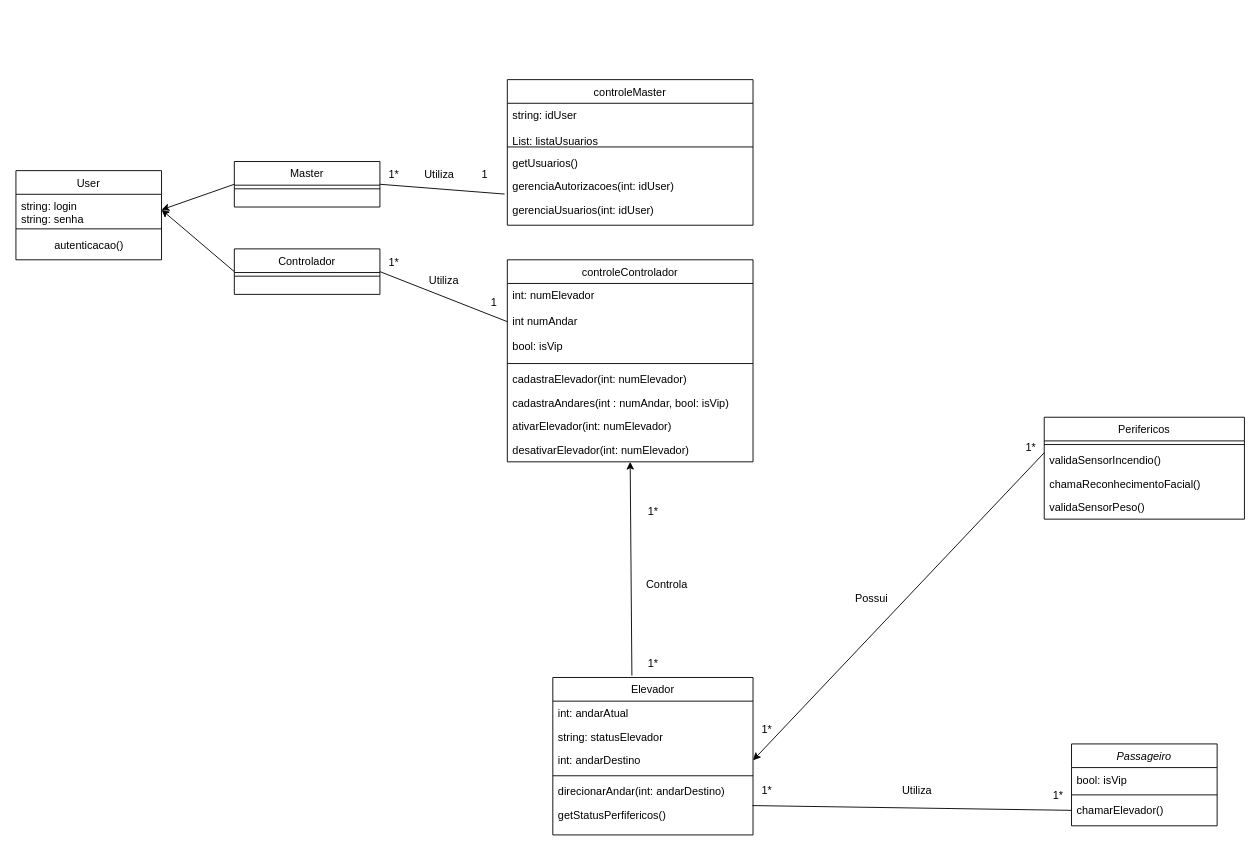
The draw.io diagram diagrama-de-classes.drawio in EnzoPellegrini/ElevadorProject, before the edit. Source tidied: cells renumbered, new cells numbered last; positions are measured from the earlier drawing's top-left corner, leaving out a move shared by most shapes. Both pictures are drawn from the tidied source at 91%, with x=0, y=0 at pixel (15, 79).
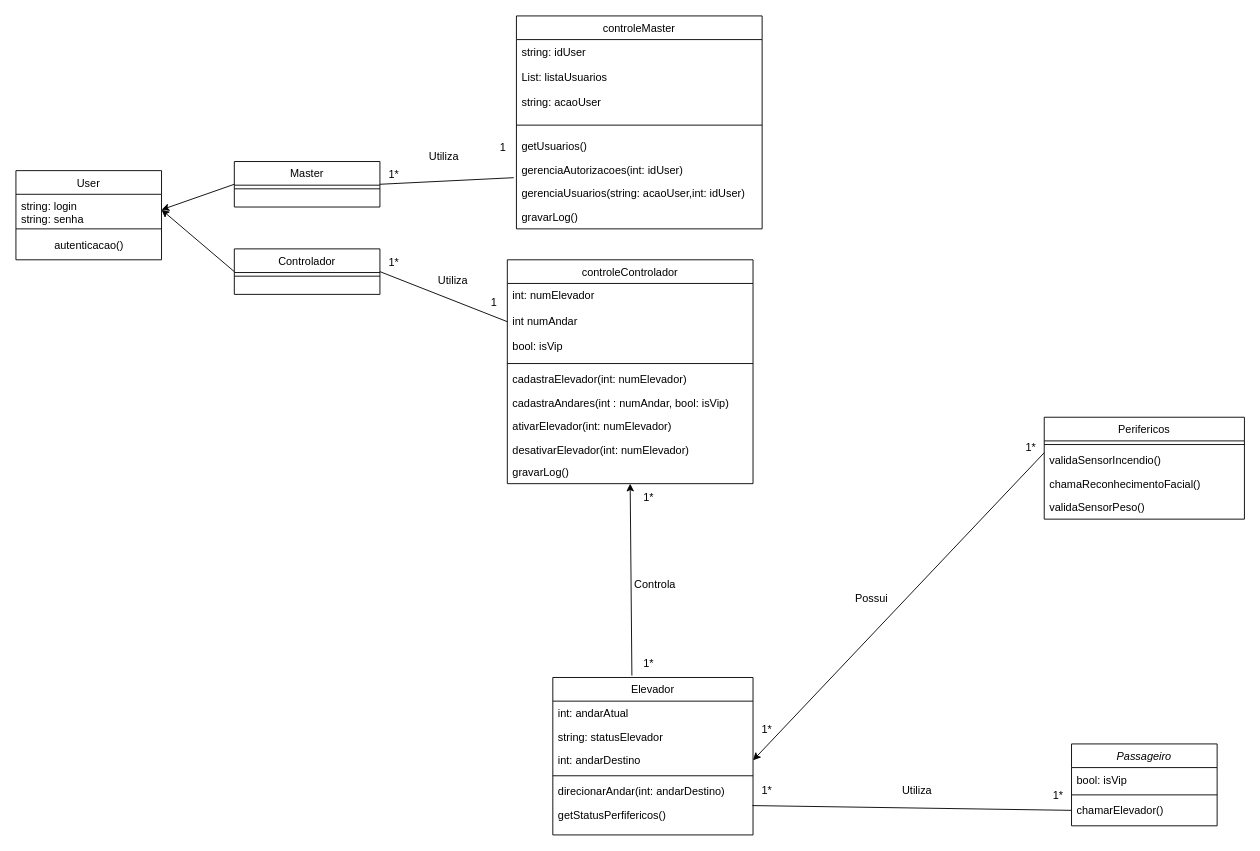
The same page after the edit.

What changed in the source:
```diff
@@
     <mxCell id="22" value="controleControlador" style="swimlane;fontStyle=0;align=center;verticalAlign=top;horizontal=1;startSize=26;rounded=0;shadow=0;strokeWidth=1;" parent="1" vertex="1">
-      <mxGeometry x="540" y="198" width="270" height="222" as="geometry" />
+      <mxGeometry x="540" y="198" width="270" height="246" as="geometry" />
     </mxCell>
@@
     <mxCell id="28" value="desativarElevador(int: numElevador)" style="text;align=left;verticalAlign=top;spacingLeft=4;spacingRight=4;overflow=hidden;" parent="22" vertex="1">
-      <mxGeometry y="196" width="270" height="26" as="geometry" />
+      <mxGeometry y="196" width="270" height="24" as="geometry" />
     </mxCell>
+    <mxCell id="61" value="gravarLog()" style="text;align=left;verticalAlign=top;spacingLeft=4;spacingRight=4;overflow=hidden;" parent="22" vertex="1">
+      <mxGeometry y="220" width="270" height="26" as="geometry" />
+    </mxCell>
@@
     <mxCell id="45" value="controleMaster" style="swimlane;fontStyle=0;align=center;verticalAlign=top;horizontal=1;startSize=26;rounded=0;shadow=0;strokeWidth=1;" parent="1" vertex="1">
-      <mxGeometry x="540" width="270" height="160" as="geometry" />
+      <mxGeometry x="550" y="-70" width="270" height="234" as="geometry" />
     </mxCell>
-    <mxCell id="46" value="string: idUser&#10;&#10;List: listaUsuarios" style="text;align=left;verticalAlign=top;spacingLeft=4;spacingRight=4;overflow=hidden;" parent="45" vertex="1">
-      <mxGeometry y="26" width="270" height="44" as="geometry" />
+    <mxCell id="46" value="string: idUser&#10;&#10;List: listaUsuarios&#10;&#10;string: acaoUser" style="text;align=left;verticalAlign=top;spacingLeft=4;spacingRight=4;overflow=hidden;" parent="45" vertex="1">
+      <mxGeometry y="26" width="270" height="84" as="geometry" />
     </mxCell>
     <mxCell id="47" style="line;html=1;strokeWidth=1;align=left;verticalAlign=middle;spacingTop=-1;spacingLeft=3;spacingRight=3;labelPosition=right;" parent="45" vertex="1">
-      <mxGeometry y="70" width="270" height="8" as="geometry" />
+      <mxGeometry y="110" width="270" height="20" as="geometry" />
     </mxCell>
     <mxCell id="48" value="getUsuarios()" style="text;align=left;verticalAlign=top;spacingLeft=4;spacingRight=4;overflow=hidden;" parent="45" vertex="1">
-      <mxGeometry y="78" width="270" height="26" as="geometry" />
+      <mxGeometry y="130" width="270" height="26" as="geometry" />
     </mxCell>
     <mxCell id="49" value="gerenciaAutorizacoes(int: idUser)" style="text;align=left;verticalAlign=top;spacingLeft=4;spacingRight=4;overflow=hidden;points=[[0,0.5],[1,0.5]];portConstraint=eastwest;" parent="45" vertex="1">
-      <mxGeometry y="104" width="270" height="26" as="geometry" />
+      <mxGeometry y="156" width="270" height="26" as="geometry" />
     </mxCell>
-    <mxCell id="50" value="gerenciaUsuarios(int: idUser)" style="text;align=left;verticalAlign=top;spacingLeft=4;spacingRight=4;overflow=hidden;" parent="45" vertex="1">
-      <mxGeometry y="130" width="270" height="26" as="geometry" />
+    <mxCell id="50" value="gerenciaUsuarios(string: acaoUser,int: idUser)" style="text;align=left;verticalAlign=top;spacingLeft=4;spacingRight=4;overflow=hidden;" parent="45" vertex="1">
+      <mxGeometry y="182" width="270" height="26" as="geometry" />
     </mxCell>
+    <mxCell id="62" value="gravarLog()" style="text;align=left;verticalAlign=top;spacingLeft=4;spacingRight=4;overflow=hidden;" parent="45" vertex="1">
+      <mxGeometry y="208" width="270" height="26" as="geometry" />
+    </mxCell>
@@
     <mxCell id="52" value="Controla" style="text;html=1;align=center;verticalAlign=middle;strokeColor=none;fillColor=none;" parent="1" vertex="1">
-      <mxGeometry x="680" y="540" width="70" height="30" as="geometry" />
+      <mxGeometry x="667" y="540" width="70" height="30" as="geometry" />
     </mxCell>
     <mxCell id="53" value="1*" style="text;html=1;align=center;verticalAlign=middle;strokeColor=none;fillColor=none;" parent="1" vertex="1">
-      <mxGeometry x="685" y="460" width="30" height="30" as="geometry" />
+      <mxGeometry x="680" y="444" width="30" height="30" as="geometry" />
     </mxCell>
     <mxCell id="54" value="1*" style="text;html=1;align=center;verticalAlign=middle;strokeColor=none;fillColor=none;" parent="1" vertex="1">
-      <mxGeometry x="685" y="627" width="30" height="30" as="geometry" />
+      <mxGeometry x="680" y="627" width="30" height="30" as="geometry" />
     </mxCell>
     <mxCell id="55" value="Utiliza" style="text;html=1;align=center;verticalAlign=middle;strokeColor=none;fillColor=none;" parent="1" vertex="1">
-      <mxGeometry x="435" y="90" width="60" height="30" as="geometry" />
+      <mxGeometry x="440" y="70" width="60" height="30" as="geometry" />
     </mxCell>
     <mxCell id="56" value="Utiliza" style="text;html=1;align=center;verticalAlign=middle;strokeColor=none;fillColor=none;" parent="1" vertex="1">
-      <mxGeometry x="440" y="206" width="60" height="30" as="geometry" />
+      <mxGeometry x="450" y="206" width="60" height="30" as="geometry" />
     </mxCell>
@@
     <mxCell id="58" value="1" style="text;html=1;align=center;verticalAlign=middle;strokeColor=none;fillColor=none;" parent="1" vertex="1">
-      <mxGeometry x="500" y="90" width="30" height="30" as="geometry" />
+      <mxGeometry x="520" y="60" width="30" height="30" as="geometry" />
     </mxCell>
```
